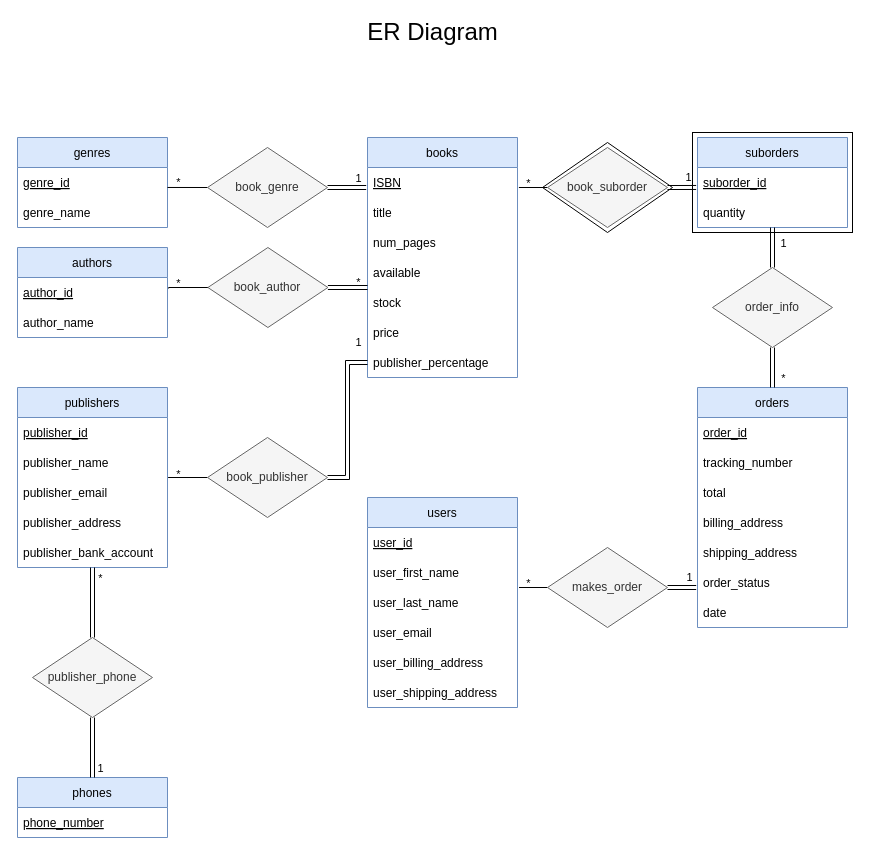
The draw.io diagram Report/Schemas/ER Diagram.drawio in michaeldquach/COMP-3005-Final-Project, before the edit. Source tidied: cells renumbered, new cells numbered last; positions are measured from the earlier drawing's top-left corner, leaving out a move shared by most shapes. Both pictures are drawn from the tidied source at 100%, with x=0, y=0 at pixel (17, 17).
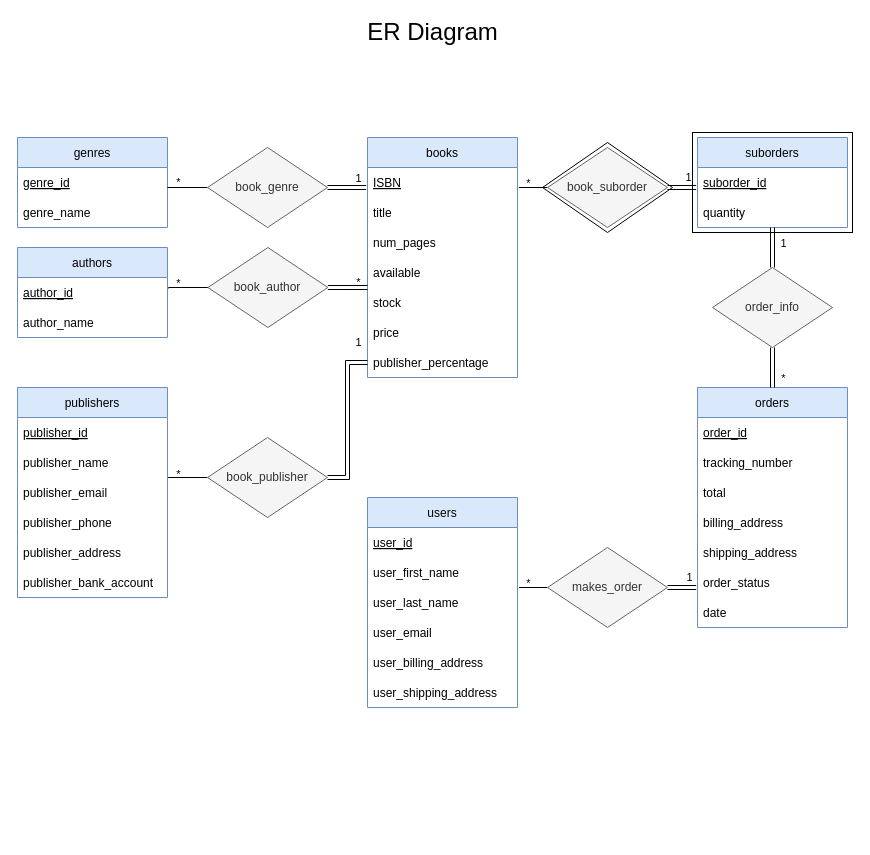
The same diagram, later.

What changed in the source:
```diff
@@
     <mxCell id="17" value="publishers" style="swimlane;fontStyle=0;horizontal=1;startSize=30;fillColor=#dae8fc;strokeColor=#6c8ebf;" parent="1" vertex="1">
-      <mxGeometry y="370" width="150" height="180" as="geometry" />
+      <mxGeometry y="370" width="150" height="210" as="geometry" />
     </mxCell>
@@
+    <mxCell id="62" value="publisher_phone" style="text;strokeColor=none;fillColor=none;align=left;verticalAlign=middle;spacingLeft=4;spacingRight=4;overflow=hidden;points=[[0,0.5],[1,0.5]];portConstraint=eastwest;" parent="17" vertex="1">
+      <mxGeometry y="120" width="150" height="30" as="geometry" />
+    </mxCell>
     <mxCell id="21" value="publisher_address" style="text;strokeColor=none;fillColor=none;align=left;verticalAlign=middle;spacingLeft=4;spacingRight=4;overflow=hidden;" parent="17" vertex="1">
-      <mxGeometry y="120" width="150" height="30" as="geometry" />
+      <mxGeometry y="150" width="150" height="30" as="geometry" />
     </mxCell>
     <mxCell id="22" value="publisher_bank_account" style="text;strokeColor=none;fillColor=none;align=left;verticalAlign=middle;spacingLeft=4;spacingRight=4;overflow=hidden;" parent="17" vertex="1">
-      <mxGeometry y="150" width="150" height="30" as="geometry" />
+      <mxGeometry y="180" width="150" height="30" as="geometry" />
     </mxCell>
-    <mxCell id="23" value="phones" style="swimlane;fontStyle=0;horizontal=1;startSize=30;fillColor=#dae8fc;strokeColor=#6c8ebf;" parent="1" vertex="1">
-      <mxGeometry y="760" width="150" height="60" as="geometry" />
-    </mxCell>
-    <mxCell id="24" value="phone_number" style="text;strokeColor=none;fillColor=none;align=left;verticalAlign=middle;spacingLeft=4;spacingRight=4;overflow=hidden;fontStyle=4;" parent="23" vertex="1">
-      <mxGeometry y="30" width="150" height="30" as="geometry" />
-    </mxCell>
@@
-    <mxCell id="58" style="edgeStyle=orthogonalEdgeStyle;shape=link;rounded=0;jettySize=auto;html=1;exitX=0.5;exitY=0;exitDx=0;exitDy=0;entryX=0.5;entryY=1;entryDx=0;entryDy=0;endArrow=none;endFill=0;" parent="1" edge="1" source="62" target="17">
-      <mxGeometry relative="1" as="geometry" />
-    </mxCell>
-    <mxCell id="59" value="*" style="edgeLabel;html=1;align=center;verticalAlign=middle;labelBackgroundColor=none;" parent="58" vertex="1">
-      <mxGeometry x="0.7" y="-2" relative="1" as="geometry">
-        <mxPoint x="5" as="offset" />
-      </mxGeometry>
-    </mxCell>
-    <mxCell id="60" style="edgeStyle=orthogonalEdgeStyle;shape=link;rounded=0;jettySize=auto;html=1;exitX=0.5;exitY=1;exitDx=0;exitDy=0;entryX=0.5;entryY=0;entryDx=0;entryDy=0;endArrow=none;endFill=0;" parent="1" edge="1" source="62" target="23">
-      <mxGeometry relative="1" as="geometry" />
-    </mxCell>
-    <mxCell id="61" value="1" style="edgeLabel;html=1;align=center;verticalAlign=middle;labelBackgroundColor=none;" parent="60" vertex="1">
-      <mxGeometry x="0.65" y="2" relative="1" as="geometry">
-        <mxPoint x="5" as="offset" />
-      </mxGeometry>
-    </mxCell>
-    <mxCell id="62" value="publisher_phone" style="rhombus;whiteSpace=wrap;html=1;fillColor=#f5f5f5;fontColor=#333333;strokeColor=#666666;" parent="1" vertex="1">
-      <mxGeometry x="15" y="620" width="120" height="80" as="geometry" />
-    </mxCell>
```
